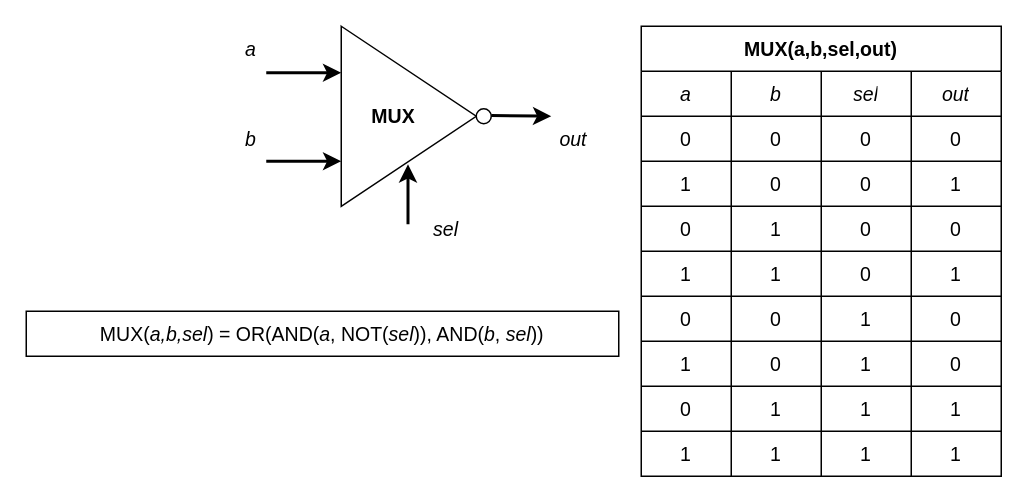
Earlier version of the draw.io diagram page "MUX" (6 of 7) of diagrams.drawio (aaronmbos/nand2tetris). Source tidied: cells renumbered, new cells numbered last; positions are measured from the earlier drawing's top-left corner, leaving out a move shared by most shapes. Both pictures are drawn from the tidied source at 150%, with x=0, y=0 at pixel (26, 26).
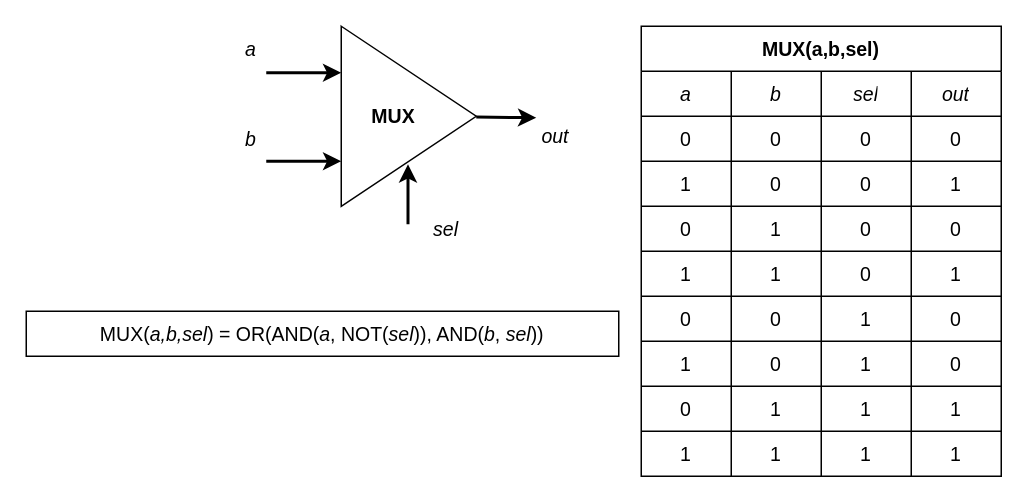
After the change.

Diff of the diagram source:
```diff
@@
-    <mxCell id="3" value="MUX(a,b,sel,out)" style="shape=table;startSize=30;childLayout=tableLayout;fontStyle=1;align=center;fontSize=13;fontFamily=JetBrains Mono;" parent="1" vertex="1">
+    <mxCell id="3" value="MUX(a,b,sel)" style="shape=table;startSize=30;childLayout=tableLayout;fontStyle=1;align=center;fontSize=13;fontFamily=JetBrains Mono;" parent="1" vertex="1">
       <mxGeometry x="410" width="240" height="300" as="geometry" />
     </mxCell>
@@
-    <mxCell id="50" style="ellipse;whiteSpace=wrap;html=1;fontFamily=JetBrains Mono;fontSize=13;" parent="1" vertex="1">
-      <mxGeometry x="300" y="55" width="10" height="10" as="geometry" />
-    </mxCell>
@@
     <mxCell id="52" style="endArrow=classic;html=1;rounded=0;fontFamily=JetBrains Mono;fontSize=13;strokeWidth=2;" parent="1" edge="1">
       <mxGeometry relative="1" as="geometry">
-        <mxPoint x="310" y="59.5" as="sourcePoint" />
-        <mxPoint x="350" y="60" as="targetPoint" />
+        <mxPoint x="300" y="60.5" as="sourcePoint" />
+        <mxPoint x="340" y="61" as="targetPoint" />
       </mxGeometry>
     </mxCell>
@@
     <mxCell id="54" value="&lt;i&gt;out&lt;/i&gt;" style="text;html=1;strokeColor=none;fillColor=none;align=center;verticalAlign=middle;whiteSpace=wrap;rounded=0;fontFamily=JetBrains Mono;fontSize=13;" parent="1" vertex="1">
-      <mxGeometry x="335" y="60" width="60" height="30" as="geometry" />
+      <mxGeometry x="323" y="58" width="60" height="30" as="geometry" />
     </mxCell>
```
